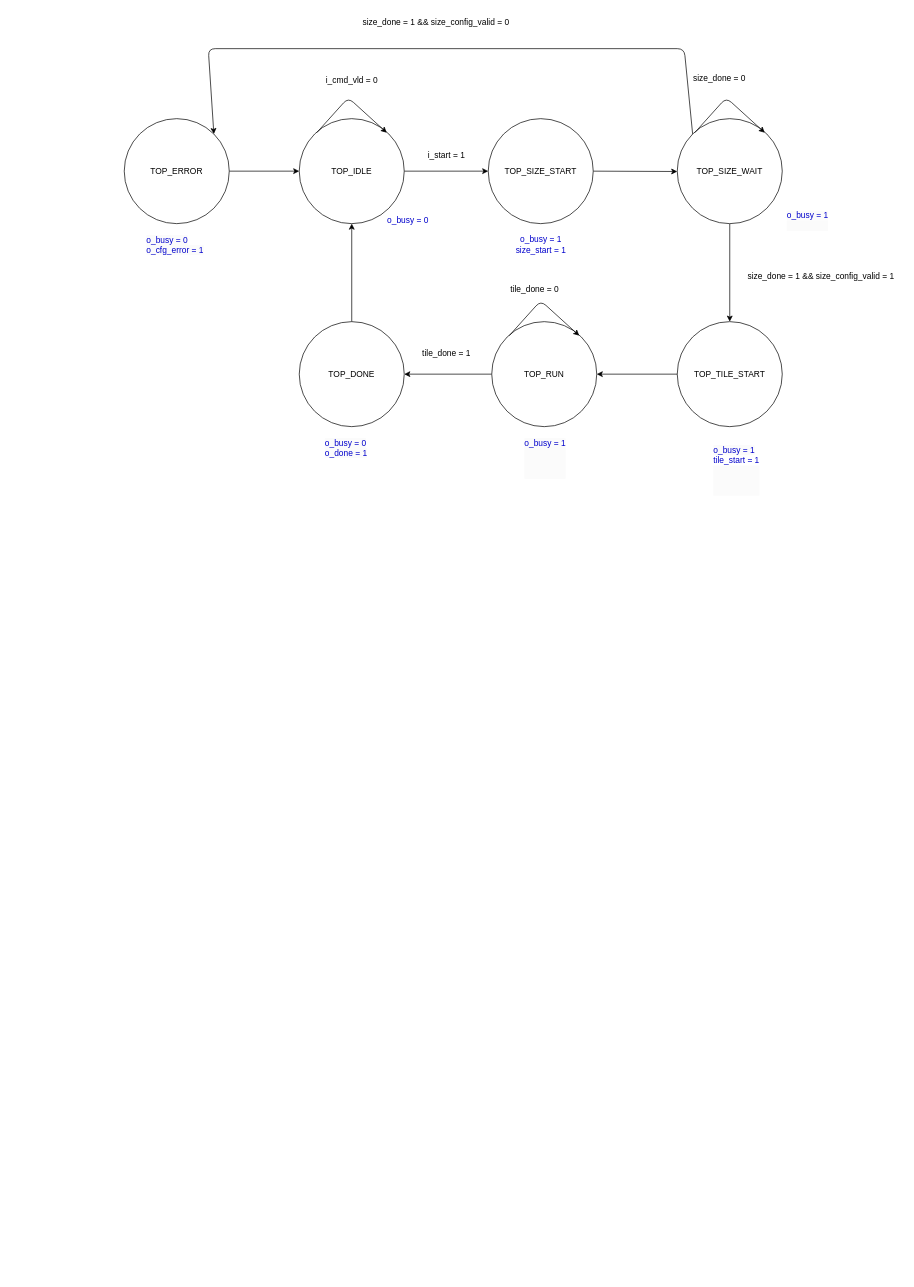
AGILAB-NTNU/ic-lab01-fifo keeps this draw.io diagram as block_diagram/top.drawio. Above is the earlier version. Source tidied: cells renumbered, new cells numbered last; positions are measured from the earlier drawing's top-left corner, leaving out a move shared by most shapes. Both pictures are drawn from the tidied source at 70%, with x=0, y=0 at pixel (124, 12).
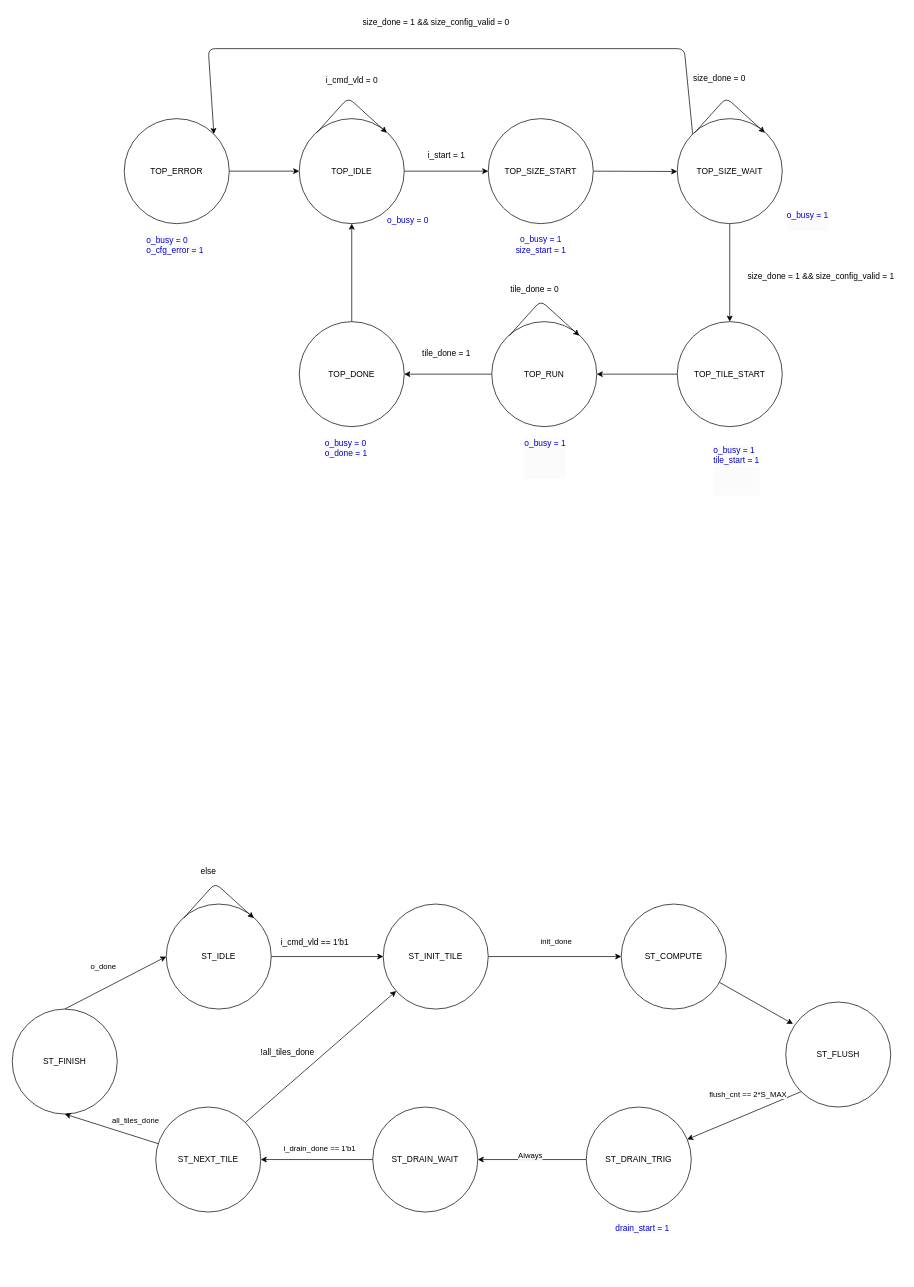
Above is the later version.

The edit, as a diff of the source:
```diff
@@
+    <mxCell id="35" style="edgeStyle=none;html=1;exitX=1;exitY=0.5;exitDx=0;exitDy=0;entryX=0;entryY=0.5;entryDx=0;entryDy=0;" parent="1" edge="1" source="37" target="40">
+      <mxGeometry relative="1" as="geometry" />
+    </mxCell>
+    <mxCell id="36" value="&lt;span style=&quot;color: rgb(0, 0, 0); font-size: 12px; background-color: rgb(251, 251, 251);&quot;&gt;i_cmd_vld == 1'b1&lt;/span&gt;" style="edgeLabel;html=1;align=center;verticalAlign=middle;" parent="35" vertex="1">
+      <mxGeometry x="0.03" y="4" relative="1" as="geometry">
+        <mxPoint x="-21" y="-17" as="offset" />
+      </mxGeometry>
+    </mxCell>
+    <mxCell id="37" value="ST_IDLE" style="ellipse;whiteSpace=wrap;html=1;" parent="1" vertex="1">
+      <mxGeometry x="60" y="1274" width="150" height="150" as="geometry" />
+    </mxCell>
+    <mxCell id="38" style="edgeStyle=none;html=1;exitX=1;exitY=0.5;exitDx=0;exitDy=0;entryX=0;entryY=0.5;entryDx=0;entryDy=0;" parent="1" edge="1" source="40" target="51">
+      <mxGeometry relative="1" as="geometry" />
+    </mxCell>
+    <mxCell id="39" value="init_done" style="edgeLabel;html=1;align=center;verticalAlign=middle;" parent="38" vertex="1">
+      <mxGeometry x="0.03" y="-3" relative="1" as="geometry">
+        <mxPoint x="-2" y="-25" as="offset" />
+      </mxGeometry>
+    </mxCell>
+    <mxCell id="40" value="ST_INIT_TILE" style="ellipse;whiteSpace=wrap;html=1;" parent="1" vertex="1">
+      <mxGeometry x="370" y="1274" width="150" height="150" as="geometry" />
+    </mxCell>
+    <mxCell id="41" style="edgeStyle=none;html=1;exitX=0;exitY=0.5;exitDx=0;exitDy=0;" parent="1" edge="1" source="43" target="44">
+      <mxGeometry relative="1" as="geometry" />
+    </mxCell>
+    <mxCell id="42" value="Always" style="edgeLabel;html=1;align=center;verticalAlign=middle;" parent="41" vertex="1">
+      <mxGeometry x="0.04" y="-4" relative="1" as="geometry">
+        <mxPoint y="-3" as="offset" />
+      </mxGeometry>
+    </mxCell>
+    <mxCell id="43" value="ST_DRAIN_TRIG" style="ellipse;whiteSpace=wrap;html=1;" parent="1" vertex="1">
+      <mxGeometry x="660" y="1564" width="150" height="150" as="geometry" />
+    </mxCell>
+    <mxCell id="44" value="ST_DRAIN_WAIT" style="ellipse;whiteSpace=wrap;html=1;" parent="1" vertex="1">
+      <mxGeometry x="355" y="1564" width="150" height="150" as="geometry" />
+    </mxCell>
+    <mxCell id="45" style="edgeStyle=none;html=1;exitX=0;exitY=1;exitDx=0;exitDy=0;" parent="1" edge="1" source="47" target="43">
+      <mxGeometry relative="1" as="geometry" />
+    </mxCell>
+    <mxCell id="46" value="flush_cnt == 2*S_MAX" style="edgeLabel;html=1;align=center;verticalAlign=middle;" parent="45" vertex="1">
+      <mxGeometry x="-0.26" y="1" relative="1" as="geometry">
+        <mxPoint x="-17" y="-23" as="offset" />
+      </mxGeometry>
+    </mxCell>
+    <mxCell id="47" value="ST_FLUSH" style="ellipse;whiteSpace=wrap;html=1;" parent="1" vertex="1">
+      <mxGeometry x="945" y="1414" width="150" height="150" as="geometry" />
+    </mxCell>
+    <mxCell id="48" style="edgeStyle=none;html=1;exitX=0.5;exitY=0;exitDx=0;exitDy=0;entryX=0;entryY=0.5;entryDx=0;entryDy=0;" parent="1" edge="1" source="50" target="37">
+      <mxGeometry relative="1" as="geometry" />
+    </mxCell>
+    <mxCell id="49" value="o_done" style="edgeLabel;html=1;align=center;verticalAlign=middle;" parent="48" vertex="1">
+      <mxGeometry x="-0.07" y="2" relative="1" as="geometry">
+        <mxPoint x="-12" y="-25" as="offset" />
+      </mxGeometry>
+    </mxCell>
+    <mxCell id="50" value="ST_FINISH" style="ellipse;whiteSpace=wrap;html=1;" parent="1" vertex="1">
+      <mxGeometry x="-160" y="1424" width="150" height="150" as="geometry" />
+    </mxCell>
+    <mxCell id="51" value="ST_COMPUTE" style="ellipse;whiteSpace=wrap;html=1;" parent="1" vertex="1">
+      <mxGeometry x="710" y="1274" width="150" height="150" as="geometry" />
+    </mxCell>
+    <mxCell id="52" style="edgeStyle=none;orthogonalLoop=1;jettySize=auto;html=1;" parent="1" edge="1">
+      <mxGeometry relative="1" as="geometry">
+        <mxPoint x="85" y="1294" as="sourcePoint" />
+        <mxPoint x="185" y="1294" as="targetPoint" />
+        <Array as="points">
+          <mxPoint x="130" y="1244" />
+        </Array>
+      </mxGeometry>
+    </mxCell>
+    <mxCell id="53" value="else" style="text;html=1;align=center;verticalAlign=middle;strokeColor=none;fillColor=none;" parent="1" vertex="1">
+      <mxGeometry x="95" y="1212" width="50" height="30" as="geometry" />
+    </mxCell>
+    <mxCell id="54" value="&lt;p&gt;&lt;br&gt;&lt;/p&gt;" style="text;html=1;align=center;verticalAlign=middle;strokeColor=none;fillColor=none;" parent="1" vertex="1">
+      <mxGeometry x="880" y="1152" width="20" height="50" as="geometry" />
+    </mxCell>
+    <mxCell id="55" value="&lt;div style=&quot;forced-color-adjust: none; scrollbar-color: rgb(226, 226, 226) rgb(251, 251, 251); font-family: Helvetica; font-size: 12px; font-style: normal; font-variant-ligatures: normal; font-variant-caps: normal; font-weight: 400; letter-spacing: normal; orphans: 2; text-align: center; text-indent: 0px; text-transform: none; widows: 2; word-spacing: 0px; -webkit-text-stroke-width: 0px; white-space: nowrap; background-color: rgb(251, 251, 251); text-decoration-thickness: initial; text-decoration-style: initial; text-decoration-color: initial;&quot;&gt;&lt;font style=&quot;color: rgb(0, 0, 204);&quot;&gt;drain_start = 1&lt;/font&gt;&lt;/div&gt;" style="text;whiteSpace=wrap;html=1;" parent="1" vertex="1">
+      <mxGeometry x="700" y="1724" width="90" height="80" as="geometry" />
+    </mxCell>
+    <mxCell id="56" style="edgeStyle=none;html=1;entryX=0.5;entryY=1;entryDx=0;entryDy=0;" parent="1" edge="1" source="60" target="50">
+      <mxGeometry relative="1" as="geometry" />
+    </mxCell>
+    <mxCell id="57" value="all_tiles_done" style="edgeLabel;html=1;align=center;verticalAlign=middle;" parent="56" vertex="1">
+      <mxGeometry x="-0.08" y="-1" relative="1" as="geometry">
+        <mxPoint x="28" y="-13" as="offset" />
+      </mxGeometry>
+    </mxCell>
+    <mxCell id="58" style="edgeStyle=none;html=1;exitX=1;exitY=0;exitDx=0;exitDy=0;" parent="1" edge="1" source="60" target="40">
+      <mxGeometry relative="1" as="geometry" />
+    </mxCell>
+    <mxCell id="59" value="!all_tiles_done" style="edgeLabel;html=1;align=center;verticalAlign=middle;fontSize=12;" parent="58" vertex="1">
+      <mxGeometry x="0.12" y="-1" relative="1" as="geometry">
+        <mxPoint x="-62" y="4" as="offset" />
+      </mxGeometry>
+    </mxCell>
+    <mxCell id="60" value="ST_NEXT_TILE" style="ellipse;whiteSpace=wrap;html=1;" parent="1" vertex="1">
+      <mxGeometry x="45" y="1564" width="150" height="150" as="geometry" />
+    </mxCell>
+    <mxCell id="61" style="edgeStyle=none;html=1;exitX=0;exitY=0.5;exitDx=0;exitDy=0;" parent="1" edge="1" source="44" target="60">
+      <mxGeometry relative="1" as="geometry" />
+    </mxCell>
+    <mxCell id="62" value="i_drain_done == 1'b1" style="edgeLabel;html=1;align=center;verticalAlign=middle;" parent="61" vertex="1">
+      <mxGeometry x="0.05" y="-5" relative="1" as="geometry">
+        <mxPoint x="7" y="-12" as="offset" />
+      </mxGeometry>
+    </mxCell>
+    <mxCell id="63" style="edgeStyle=none;html=1;entryX=0.069;entryY=0.209;entryDx=0;entryDy=0;entryPerimeter=0;" parent="1" edge="1" source="51" target="47">
+      <mxGeometry relative="1" as="geometry" />
+    </mxCell>
```
